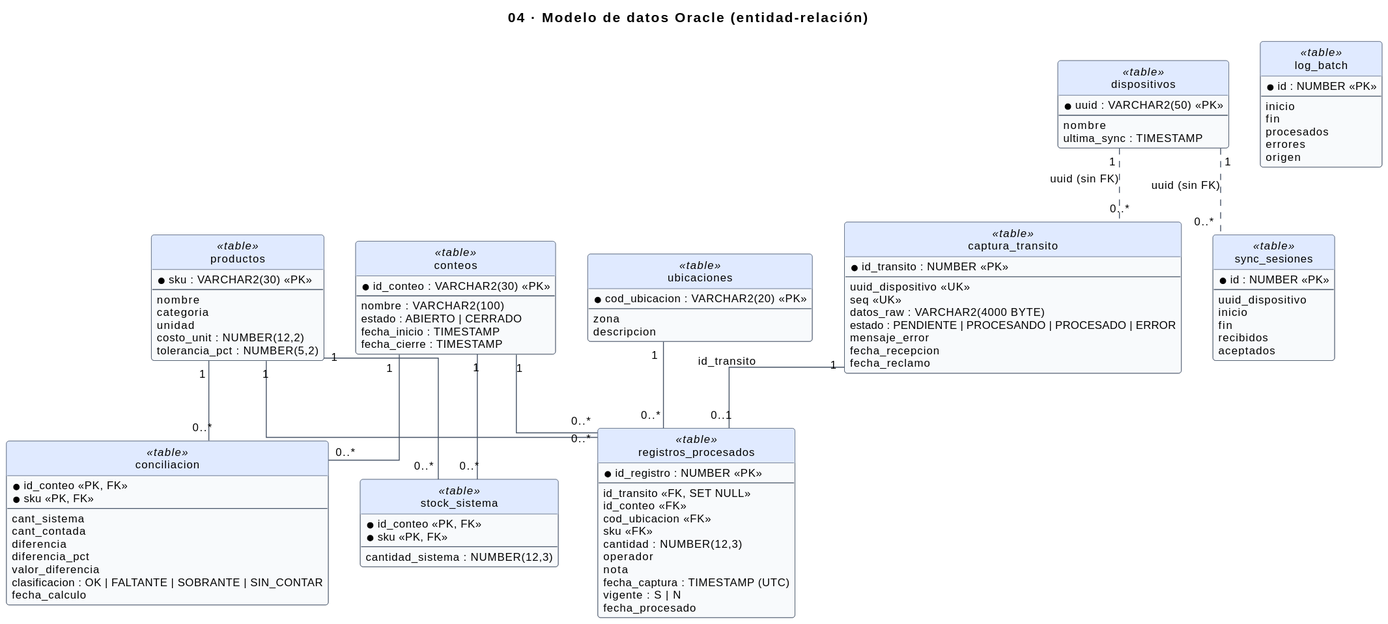
The PlantUML diagram docs/img/uml/04-modelo-datos.svg in sebas-archive/kardex-bt, before a commit.
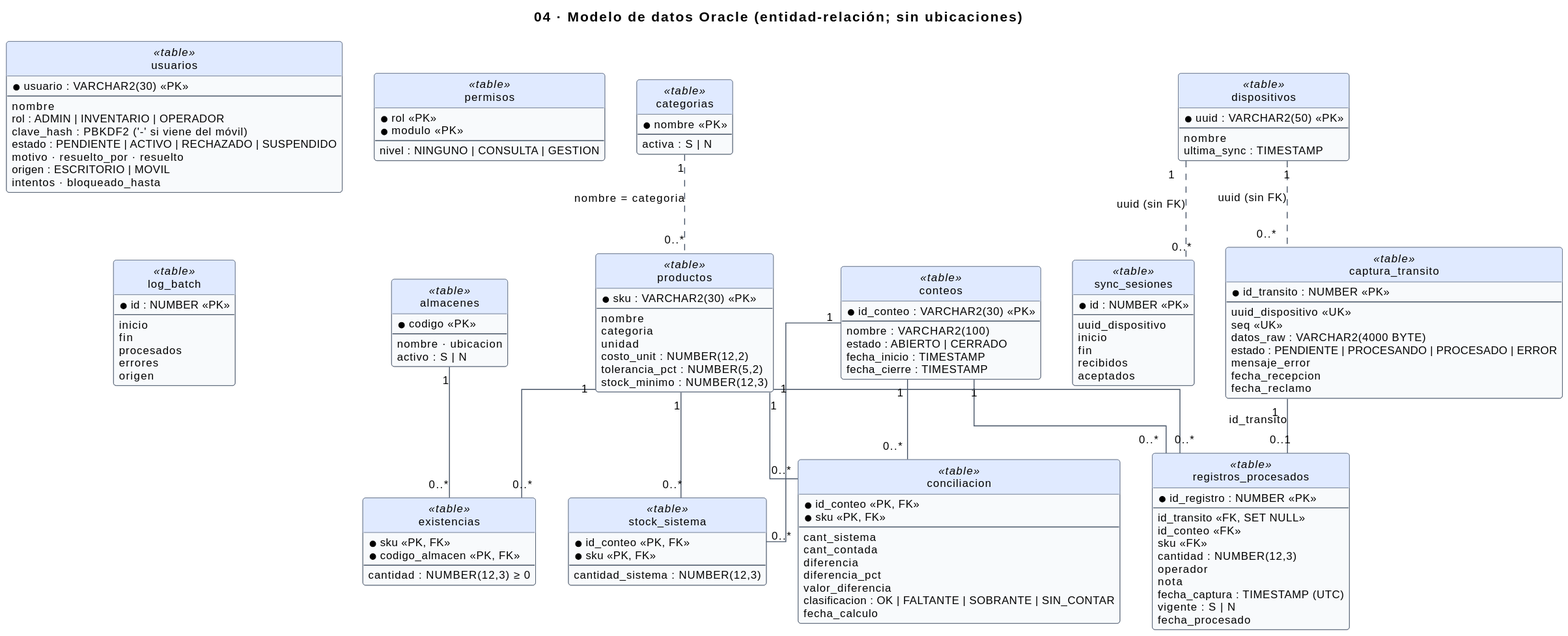
After the change.

What changed in the source:
```diff
@@ -1,6 +1,6 @@
 @startuml
 !include estilo.iuml
-title 04 · Modelo de datos Oracle (entidad-relación)
+title 04 · Modelo de datos Oracle (entidad-relación; sin ubicaciones)
 hide circle
 skinparam linetype ortho
 
@@ -20,12 +20,41 @@
   unidad
   costo_unit : NUMBER(12,2)
   tolerancia_pct : NUMBER(5,2)
+  stock_minimo : NUMBER(12,3)
 }
-class ubicaciones <<table>> {
-  * cod_ubicacion : VARCHAR2(20) <<PK>>
+class usuarios <<table>> {
+  * usuario : VARCHAR2(30) <<PK>>
   --
-  zona
-  descripcion
+  nombre
+  rol : ADMIN | INVENTARIO | OPERADOR
+  clave_hash : PBKDF2 ('-' si viene del móvil)
+  estado : PENDIENTE | ACTIVO | RECHAZADO | SUSPENDIDO
+  motivo · resuelto_por · resuelto
+  origen : ESCRITORIO | MOVIL
+  intentos · bloqueado_hasta
+}
+class categorias <<table>> {
+  * nombre <<PK>>
+  --
+  activa : S | N
+}
+class almacenes <<table>> {
+  * codigo <<PK>>
+  --
+  nombre · ubicacion
+  activo : S | N
+}
+class existencias <<table>> {
+  * sku <<PK, FK>>
+  * codigo_almacen <<PK, FK>>
+  --
+  cantidad : NUMBER(12,3) ≥ 0
+}
+class permisos <<table>> {
+  * rol <<PK>>
+  * modulo <<PK>>
+  --
+  nivel : NINGUNO | CONSULTA | GESTION
 }
 class stock_sistema <<table>> {
   * id_conteo <<PK, FK>>
@@ -55,7 +84,6 @@
   --
   id_transito <<FK, SET NULL>>
   id_conteo <<FK>>
-  cod_ubicacion <<FK>>
   sku <<FK>>
   cantidad : NUMBER(12,3)
   operador
@@ -98,11 +126,13 @@
 conteos "1" -- "0..*" stock_sistema
 productos "1" -- "0..*" stock_sistema
 conteos "1" -- "0..*" registros_procesados
-ubicaciones "1" -- "0..*" registros_procesados
 productos "1" -- "0..*" registros_procesados
 captura_transito "1" -- "0..1" registros_procesados : id_transito
 conteos "1" -- "0..*" conciliacion
 productos "1" -- "0..*" conciliacion
 dispositivos "1" .. "0..*" captura_transito : uuid (sin FK)
 dispositivos "1" .. "0..*" sync_sesiones : uuid (sin FK)
+productos "1" -- "0..*" existencias
+almacenes "1" -- "0..*" existencias
+categorias "1" .. "0..*" productos : nombre = categoria
 @enduml
```
